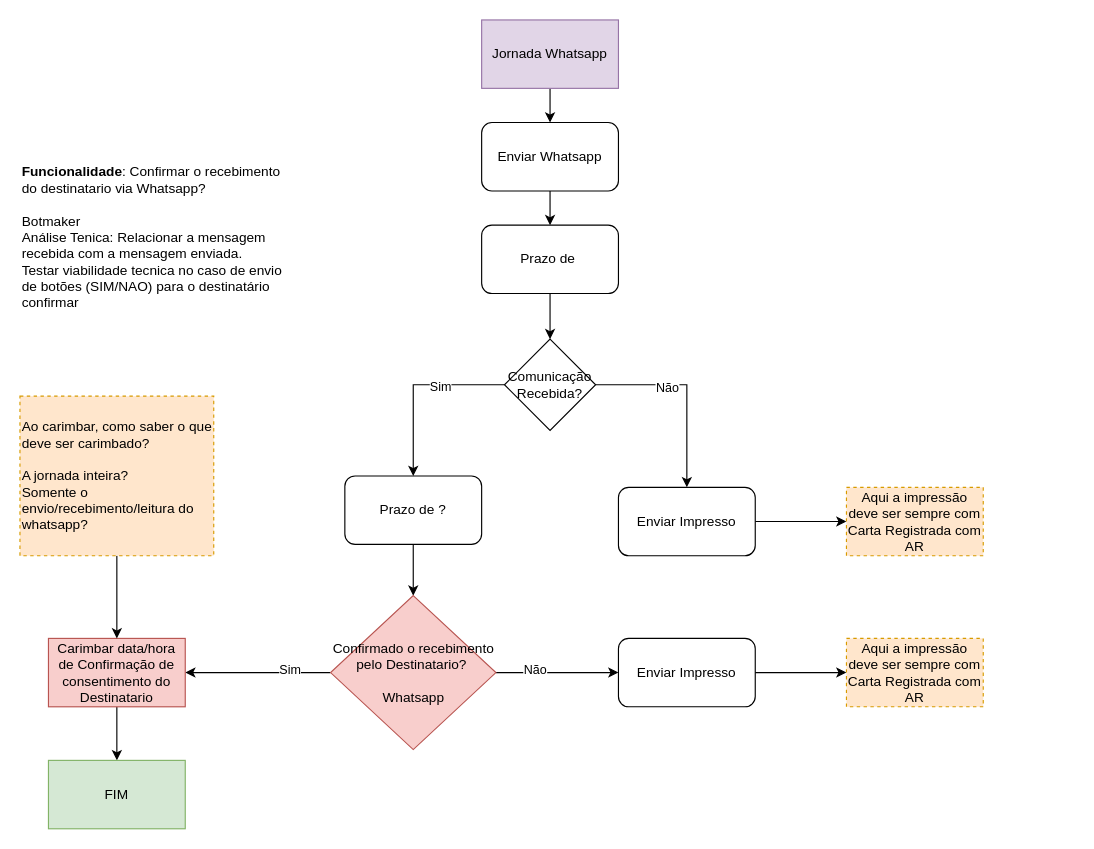
This is page "Desenho Jornada Whatsapp" (6 of 8) of Diagrama Carimbo.drawio from caio-bueno/draws-valid, a draw.io file, before an edit. Source tidied: cells renumbered, new cells numbered last; positions are measured from the earlier drawing's top-left corner, leaving out a move shared by most shapes. Both pictures are drawn from the tidied source at 114%, with x=0, y=0 at pixel (19, 19).
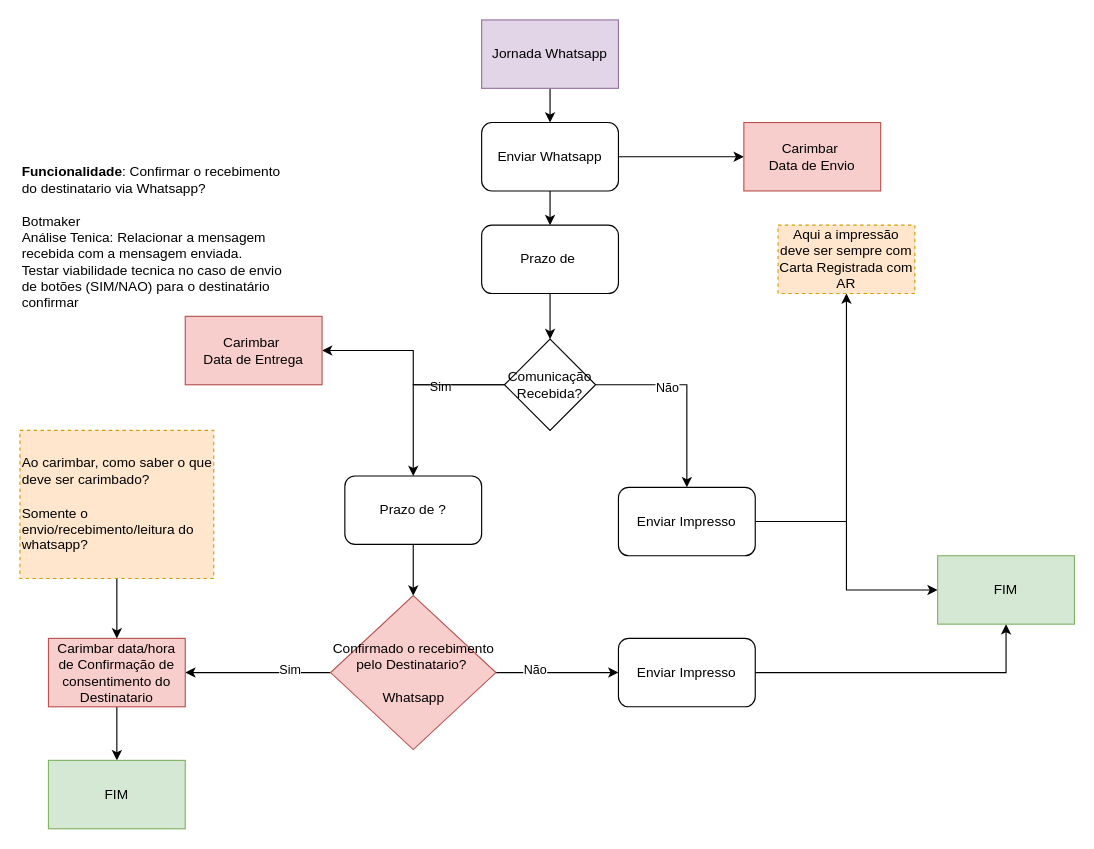
The same diagram, later.

Unchanged cells that the change refers to:
```xml
<mxCell id="5" value="Enviar Whatsapp" style="rounded=1;whiteSpace=wrap;html=1;" parent="1" vertex="1">
  <mxGeometry x="405" y="90" width="120" height="60" as="geometry" />
</mxCell>
<mxCell id="12" value="Comunicação Recebida?" style="rhombus;whiteSpace=wrap;html=1;" parent="1" vertex="1">
  <mxGeometry x="425" y="280" width="80" height="80" as="geometry" />
</mxCell>
<mxCell id="14" value="Enviar Impresso" style="rounded=1;whiteSpace=wrap;html=1;" parent="1" vertex="1">
  <mxGeometry x="525" y="410" width="120" height="60" as="geometry" />
</mxCell>
<mxCell id="22" value="Enviar Impresso" style="rounded=1;whiteSpace=wrap;html=1;" parent="1" vertex="1">
  <mxGeometry x="525" y="542.5" width="120" height="60" as="geometry" />
</mxCell>
```

The edit, as a diff of the source:
```diff
@@
+    <mxCell id="32" style="edgeStyle=orthogonalEdgeStyle;rounded=0;jettySize=auto;html=1;" parent="1" edge="1" source="5" target="37">
+      <mxGeometry relative="1" as="geometry" />
+    </mxCell>
@@
+    <mxCell id="33" style="edgeStyle=orthogonalEdgeStyle;rounded=0;jettySize=auto;html=1;" parent="1" edge="1" source="12" target="38">
+      <mxGeometry relative="1" as="geometry" />
+    </mxCell>
@@
+    <mxCell id="34" style="edgeStyle=orthogonalEdgeStyle;rounded=0;jettySize=auto;html=1;" parent="1" edge="1" source="14" target="36">
+      <mxGeometry relative="1" as="geometry" />
+    </mxCell>
@@
+    <mxCell id="35" style="edgeStyle=orthogonalEdgeStyle;rounded=0;jettySize=auto;html=1;" parent="1" edge="1" source="22" target="36">
+      <mxGeometry relative="1" as="geometry" />
+    </mxCell>
@@
     <mxCell id="26" value="Aqui a impressão deve ser sempre com Carta Registrada com AR" style="rounded=0;whiteSpace=wrap;html=1;fillColor=#ffe6cc;strokeColor=#d79b00;dashed=1;" parent="1" vertex="1">
-      <mxGeometry x="725" y="410" width="120" height="60" as="geometry" />
+      <mxGeometry x="665" y="180" width="120" height="60" as="geometry" />
     </mxCell>
-    <mxCell id="27" style="edgeStyle=orthogonalEdgeStyle;rounded=0;jettySize=auto;html=1;" parent="1" edge="1" source="22" target="28">
-      <mxGeometry relative="1" as="geometry" />
-    </mxCell>
-    <mxCell id="28" value="Aqui a impressão deve ser sempre com Carta Registrada com AR" style="rounded=0;whiteSpace=wrap;html=1;fillColor=#ffe6cc;strokeColor=#d79b00;dashed=1;" parent="1" vertex="1">
-      <mxGeometry x="725" y="542.5" width="120" height="60" as="geometry" />
-    </mxCell>
@@
-    <mxCell id="30" value="Ao carimbar, como saber o que deve ser carimbado?&lt;div&gt;&lt;br&gt;&lt;/div&gt;&lt;div&gt;A jornada inteira?&lt;/div&gt;&lt;div&gt;Somente o envio/recebimento/leitura do whatsapp?&lt;/div&gt;" style="rounded=0;whiteSpace=wrap;html=1;fillColor=#ffe6cc;strokeColor=#d79b00;dashed=1;align=left;" parent="1" vertex="1">
-      <mxGeometry y="330" width="170" height="140" as="geometry" />
+    <mxCell id="30" value="Ao carimbar, como saber o que deve ser carimbado?&lt;div&gt;&lt;br&gt;&lt;/div&gt;&lt;div&gt;&lt;span style=&quot;background-color: transparent; color: light-dark(rgb(0, 0, 0), rgb(255, 255, 255));&quot;&gt;Somente o envio/recebimento/leitura do whatsapp?&lt;/span&gt;&lt;/div&gt;" style="rounded=0;whiteSpace=wrap;html=1;fillColor=#ffe6cc;strokeColor=#d79b00;dashed=1;align=left;" parent="1" vertex="1">
+      <mxGeometry y="360" width="170" height="130" as="geometry" />
     </mxCell>
@@
+    <mxCell id="36" value="FIM" style="rounded=0;whiteSpace=wrap;html=1;fillColor=#d5e8d4;strokeColor=#82b366;" parent="1" vertex="1">
+      <mxGeometry x="805" y="470" width="120" height="60" as="geometry" />
+    </mxCell>
+    <mxCell id="37" value="Carimbar&amp;nbsp;&lt;div&gt;Data de Envio&lt;/div&gt;" style="rounded=0;whiteSpace=wrap;html=1;fillColor=#f8cecc;strokeColor=#b85450;" parent="1" vertex="1">
+      <mxGeometry x="635" y="90" width="120" height="60" as="geometry" />
+    </mxCell>
+    <mxCell id="38" value="Carimbar&amp;nbsp;&lt;div&gt;Data de Entrega&lt;/div&gt;" style="rounded=0;whiteSpace=wrap;html=1;fillColor=#f8cecc;strokeColor=#b85450;" parent="1" vertex="1">
+      <mxGeometry x="145" y="260" width="120" height="60" as="geometry" />
+    </mxCell>
```
